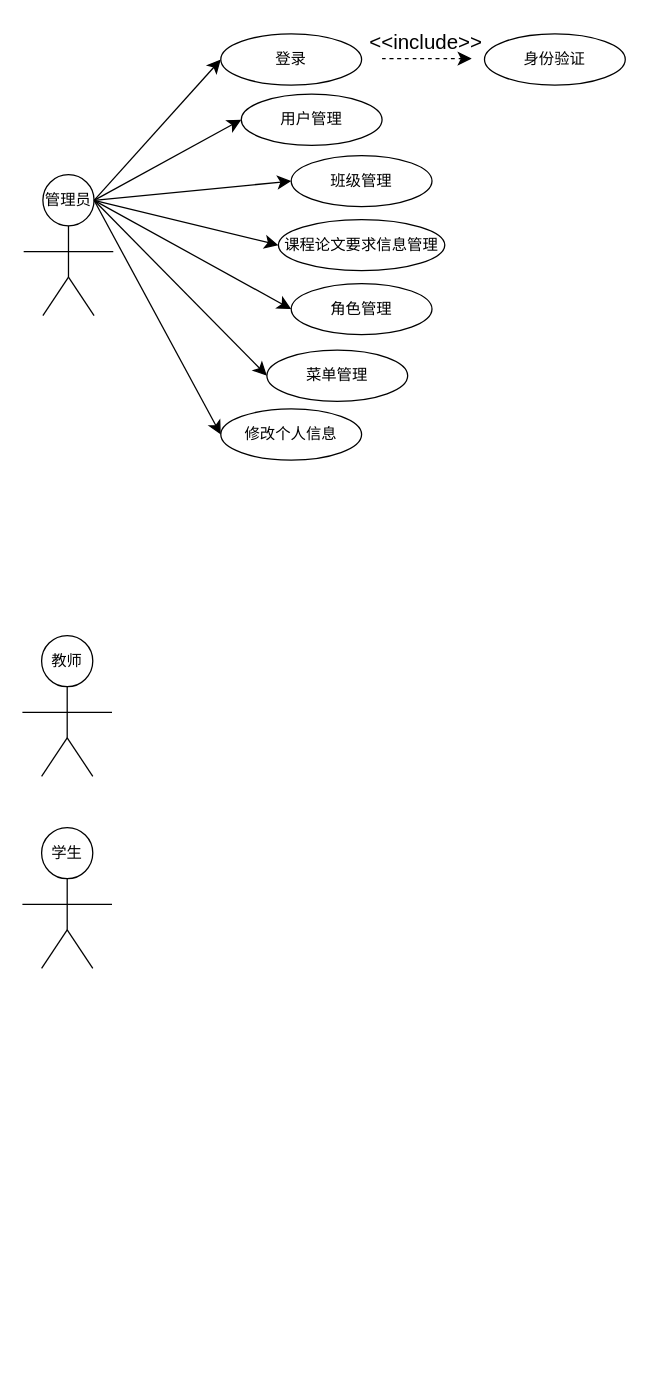
This is 用例图.drawio from JoceHYJ/tomatoPaper, a draw.io file, before an edit. Source tidied: cells renumbered, new cells numbered last; positions are measured from the earlier drawing's top-left corner, leaving out a move shared by most shapes. Both pictures are drawn from the tidied source at 128%, with x=0, y=0 at pixel (22, 22).
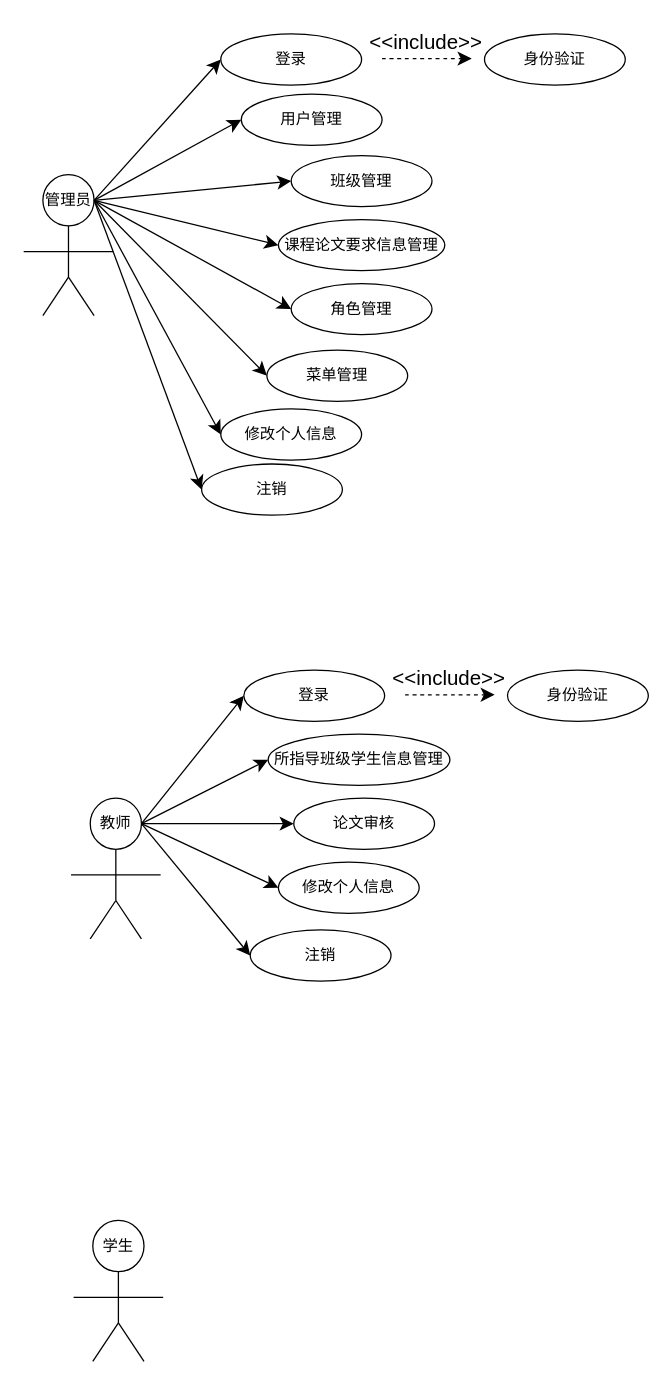
After the change.

Commit message (it also covers changes not shown here):
更新用例图.drawio

The change refers to these unchanged cells:
```xml
<mxCell id="3" value="管理员" style="ellipse;whiteSpace=wrap;html=1;" parent="2" vertex="1">
  <mxGeometry x="15" width="40" height="40" as="geometry" />
</mxCell>
<mxCell id="9" value="教师" style="ellipse;whiteSpace=wrap;html=1;" parent="8" vertex="1">
  <mxGeometry x="15" width="40" height="40" as="geometry" />
</mxCell>
```

What changed in the source:
```diff
@@
     <mxCell id="8" style="group;" parent="1" vertex="1">
-      <mxGeometry y="479" width="70" height="110" as="geometry" />
+      <mxGeometry x="38" y="606" width="70" height="110" as="geometry" />
     </mxCell>
@@
     <mxCell id="14" style="group;" parent="1" vertex="1">
-      <mxGeometry y="629" width="70" height="110" as="geometry" />
+      <mxGeometry x="40" y="936" width="70" height="110" as="geometry" />
     </mxCell>
@@
+    <mxCell id="37" value="登录" style="ellipse;whiteSpace=wrap;html=1;" parent="1" vertex="1">
+      <mxGeometry x="173" y="506" width="110" height="40" as="geometry" />
+    </mxCell>
+    <mxCell id="38" style="endArrow=classic;html=1;rounded=0;fontSize=12;startSize=8;endSize=8;curved=1;dashed=1;" parent="1" edge="1">
+      <mxGeometry relative="1" as="geometry">
+        <mxPoint x="299" y="525.3" as="sourcePoint" />
+        <mxPoint x="369" y="525.3" as="targetPoint" />
+      </mxGeometry>
+    </mxCell>
+    <mxCell id="39" value="身份验证" style="ellipse;whiteSpace=wrap;html=1;" parent="1" vertex="1">
+      <mxGeometry x="379" y="506" width="110" height="40" as="geometry" />
+    </mxCell>
+    <mxCell id="40" value="&amp;lt;&amp;lt;include&amp;gt;&amp;gt;" style="text;html=1;align=center;verticalAlign=middle;strokeColor=none;fillColor=none;fontSize=16;" parent="1" vertex="1">
+      <mxGeometry x="278" y="497" width="110" height="30" as="geometry" />
+    </mxCell>
+    <mxCell id="41" style="edgeStyle=none;curved=1;rounded=0;jettySize=auto;html=1;exitX=1;exitY=0.5;exitDx=0;exitDy=0;entryX=0;entryY=0.5;entryDx=0;entryDy=0;fontSize=12;startSize=8;endSize=8;" parent="1" edge="1" source="9" target="37">
+      <mxGeometry relative="1" as="geometry" />
+    </mxCell>
+    <mxCell id="42" value="所指导班级学生信息管理" style="ellipse;whiteSpace=wrap;html=1;" parent="1" vertex="1">
+      <mxGeometry x="192" y="556" width="142" height="40" as="geometry" />
+    </mxCell>
+    <mxCell id="43" style="edgeStyle=none;curved=1;rounded=0;jettySize=auto;html=1;exitX=1;exitY=0.5;exitDx=0;exitDy=0;entryX=0;entryY=0.5;entryDx=0;entryDy=0;fontSize=12;startSize=8;endSize=8;" parent="1" edge="1" source="9" target="42">
+      <mxGeometry relative="1" as="geometry" />
+    </mxCell>
+    <mxCell id="44" value="论文审核" style="ellipse;whiteSpace=wrap;html=1;" parent="1" vertex="1">
+      <mxGeometry x="212" y="606" width="110" height="40" as="geometry" />
+    </mxCell>
+    <mxCell id="45" style="edgeStyle=none;curved=1;rounded=0;jettySize=auto;html=1;exitX=1;exitY=0.5;exitDx=0;exitDy=0;entryX=0;entryY=0.5;entryDx=0;entryDy=0;fontSize=12;startSize=8;endSize=8;" parent="1" edge="1" source="9" target="44">
+      <mxGeometry relative="1" as="geometry" />
+    </mxCell>
+    <mxCell id="46" value="修改个人信息" style="ellipse;whiteSpace=wrap;html=1;" parent="1" vertex="1">
+      <mxGeometry x="200" y="656" width="110" height="40" as="geometry" />
+    </mxCell>
+    <mxCell id="47" style="edgeStyle=none;curved=1;rounded=0;jettySize=auto;html=1;exitX=1;exitY=0.5;exitDx=0;exitDy=0;entryX=0;entryY=0.5;entryDx=0;entryDy=0;fontSize=12;startSize=8;endSize=8;" parent="1" edge="1" source="9" target="46">
+      <mxGeometry relative="1" as="geometry" />
+    </mxCell>
+    <mxCell id="48" value="注销" style="ellipse;whiteSpace=wrap;html=1;" parent="1" vertex="1">
+      <mxGeometry x="140" y="345" width="110" height="40" as="geometry" />
+    </mxCell>
+    <mxCell id="49" style="edgeStyle=none;curved=1;rounded=0;jettySize=auto;html=1;exitX=1;exitY=0.5;exitDx=0;exitDy=0;entryX=0;entryY=0.5;entryDx=0;entryDy=0;fontSize=12;startSize=8;endSize=8;" parent="1" edge="1" source="3" target="48">
+      <mxGeometry relative="1" as="geometry" />
+    </mxCell>
+    <mxCell id="50" value="注销" style="ellipse;whiteSpace=wrap;html=1;" parent="1" vertex="1">
+      <mxGeometry x="178" y="709" width="110" height="40" as="geometry" />
+    </mxCell>
+    <mxCell id="51" style="edgeStyle=none;curved=1;rounded=0;jettySize=auto;html=1;exitX=1;exitY=0.5;exitDx=0;exitDy=0;entryX=0;entryY=0.5;entryDx=0;entryDy=0;fontSize=12;startSize=8;endSize=8;" parent="1" edge="1" source="9" target="50">
+      <mxGeometry relative="1" as="geometry" />
+    </mxCell>
```
